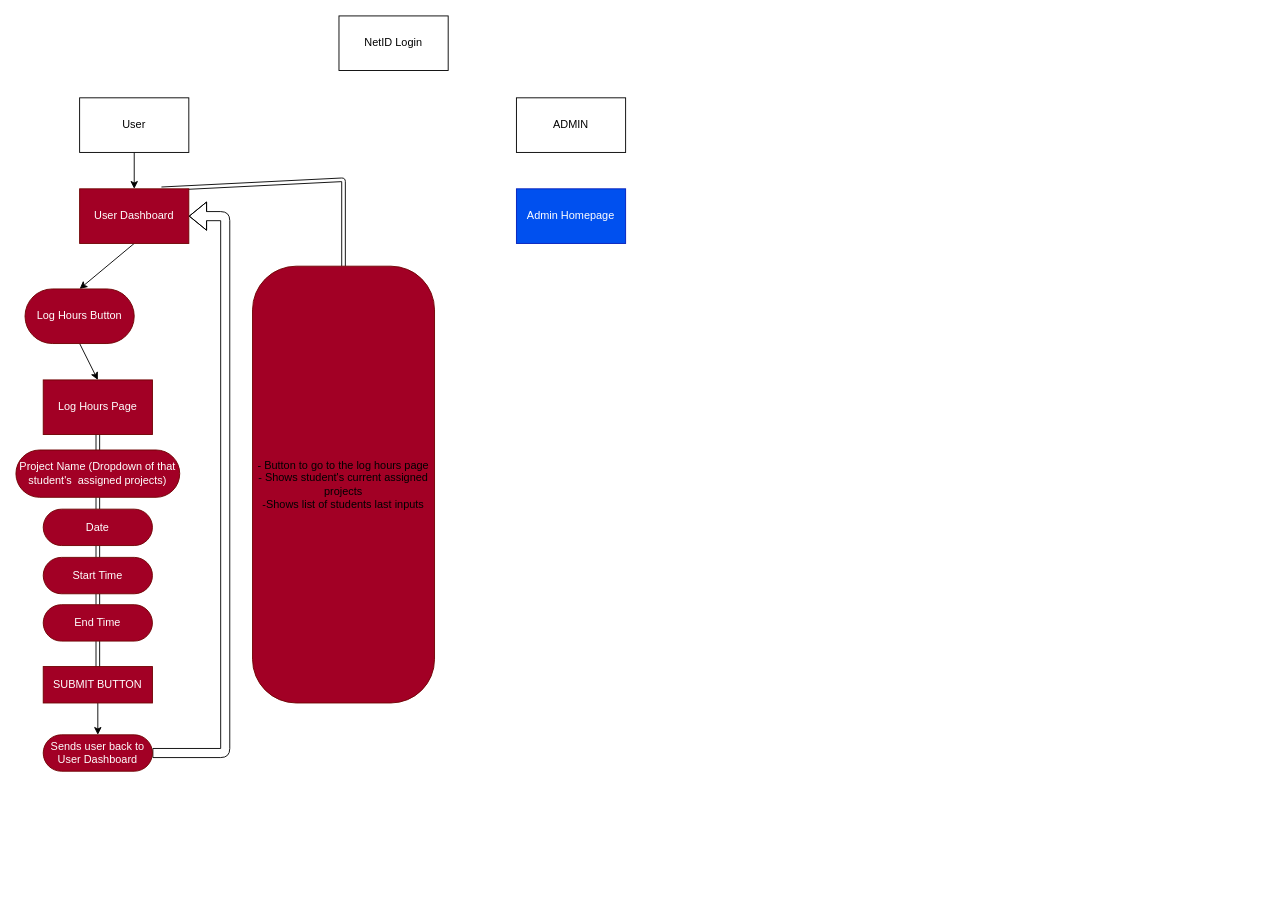
Before: user-paths.drawio in uconndxlab/i3-timetracker, a draw.io diagram. Source tidied: cells renumbered, new cells numbered last; positions are measured from the earlier drawing's top-left corner, leaving out a move shared by most shapes. Both pictures are drawn from the tidied source at 91%, with x=0, y=0 at pixel (15, 15).
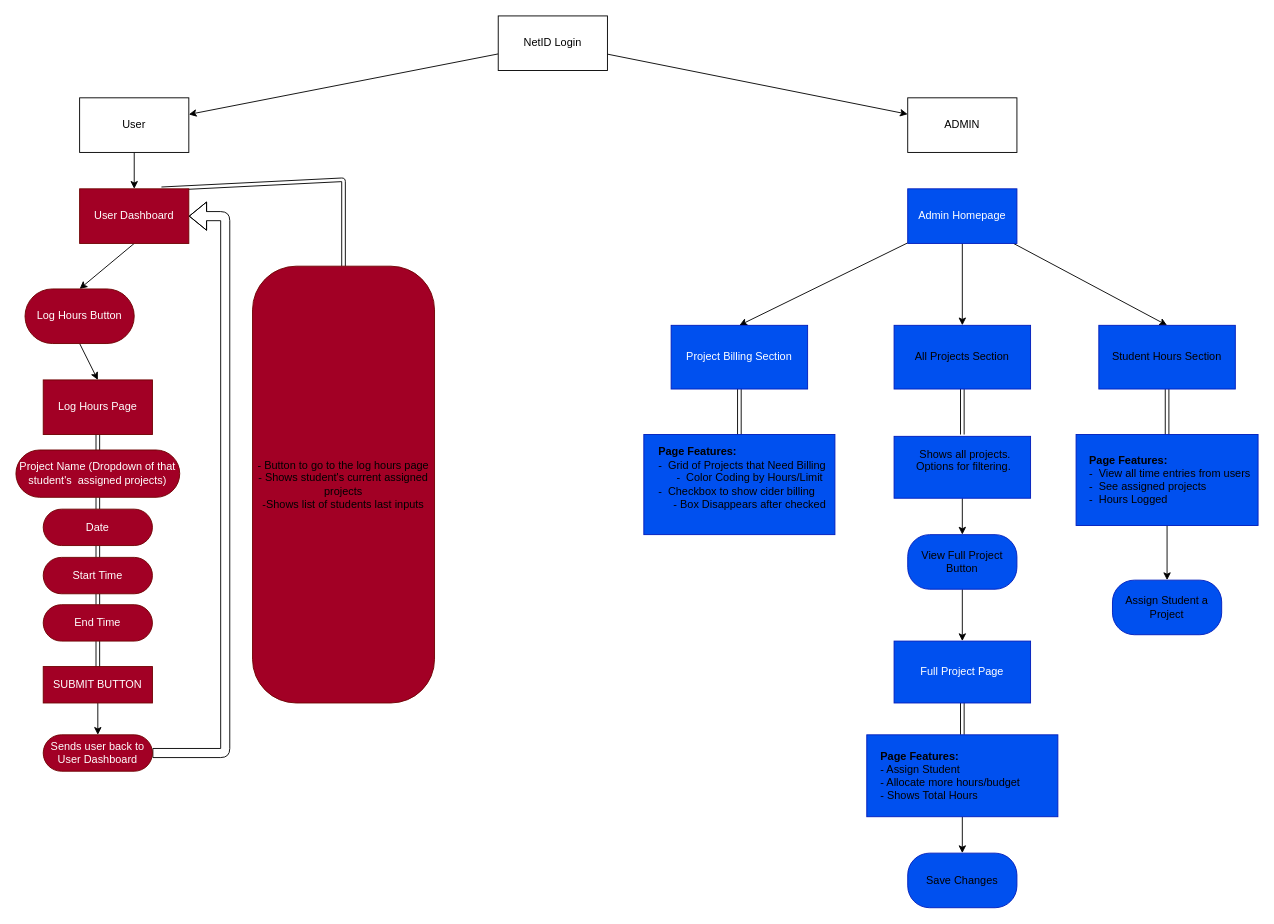
Above is the later version.

Commit message:
finished admin diagram

Unchanged cells that the change refers to:
```xml
<mxCell id="4" value="User" style="whiteSpace=wrap;html=1;" parent="1" vertex="1">
  <mxGeometry x="70" y="90" width="120" height="60" as="geometry" />
</mxCell>
```

The edit, as a diff of the source:
```diff
@@
+    <mxCell id="27" style="edgeStyle=none;html=1;" parent="1" edge="1" source="2" target="4">
+      <mxGeometry relative="1" as="geometry" />
+    </mxCell>
+    <mxCell id="28" style="edgeStyle=none;html=1;" parent="1" edge="1" source="2" target="5">
+      <mxGeometry relative="1" as="geometry" />
+    </mxCell>
     <mxCell id="2" value="NetID Login" style="whiteSpace=wrap;html=1;" parent="1" vertex="1">
-      <mxGeometry x="355" width="120" height="60" as="geometry" />
+      <mxGeometry x="530" width="120" height="60" as="geometry" />
     </mxCell>
@@
     <mxCell id="5" value="ADMIN" style="whiteSpace=wrap;html=1;" parent="1" vertex="1">
-      <mxGeometry x="550" y="90" width="120" height="60" as="geometry" />
+      <mxGeometry x="980" y="90" width="120" height="60" as="geometry" />
     </mxCell>
+    <mxCell id="29" style="edgeStyle=none;html=1;entryX=0.5;entryY=0;entryDx=0;entryDy=0;" parent="1" edge="1" source="6" target="33">
+      <mxGeometry relative="1" as="geometry" />
+    </mxCell>
+    <mxCell id="30" style="edgeStyle=none;html=1;entryX=0.5;entryY=0;entryDx=0;entryDy=0;" parent="1" edge="1" source="6" target="38">
+      <mxGeometry relative="1" as="geometry" />
+    </mxCell>
+    <mxCell id="31" style="edgeStyle=none;html=1;entryX=0.5;entryY=0;entryDx=0;entryDy=0;" parent="1" edge="1" source="6" target="40">
+      <mxGeometry relative="1" as="geometry" />
+    </mxCell>
     <mxCell id="6" value="Admin Homepage" style="whiteSpace=wrap;html=1;fillColor=#0050ef;fontColor=#ffffff;strokeColor=#001DBC;" parent="1" vertex="1">
-      <mxGeometry x="550" y="190" width="120" height="60" as="geometry" />
+      <mxGeometry x="980" y="190" width="120" height="60" as="geometry" />
     </mxCell>
@@
+    <mxCell id="32" style="edgeStyle=none;html=1;entryX=0.5;entryY=0;entryDx=0;entryDy=0;shape=link;" parent="1" edge="1" source="33" target="34">
+      <mxGeometry relative="1" as="geometry" />
+    </mxCell>
+    <mxCell id="33" value="Project Billing Section" style="rounded=1;whiteSpace=wrap;html=1;arcSize=0;fillColor=#0050ef;fontColor=#ffffff;strokeColor=#001DBC;" parent="1" vertex="1">
+      <mxGeometry x="720" y="340" width="150" height="70" as="geometry" />
+    </mxCell>
+    <mxCell id="34" value="&lt;div style=&quot;text-align: left;&quot;&gt;&lt;font style=&quot;&quot;&gt;&lt;span style=&quot;background-color: transparent;&quot;&gt;&lt;font style=&quot;&quot;&gt;&lt;font style=&quot;color: light-dark(rgb(0, 0, 0), rgb(0, 0, 0));&quot;&gt;&amp;nbsp; &lt;/font&gt;&lt;b style=&quot;&quot;&gt;&lt;font style=&quot;color: light-dark(rgb(0, 0, 0), rgb(0, 0, 0));&quot;&gt;Page Features:&lt;/font&gt;&lt;/b&gt;&lt;/font&gt;&lt;/span&gt;&lt;/font&gt;&lt;/div&gt;&lt;div style=&quot;text-align: left;&quot;&gt;&lt;span style=&quot;background-color: transparent;&quot;&gt;&lt;font style=&quot;color: light-dark(rgb(0, 0, 0), rgb(0, 0, 0));&quot;&gt;&amp;nbsp; -&amp;nbsp; Grid of Projects that Need Billing&lt;/font&gt;&lt;/span&gt;&lt;/div&gt;&lt;div style=&quot;text-align: left;&quot;&gt;&lt;font style=&quot;color: light-dark(rgb(0, 0, 0), rgb(0, 0, 0));&quot;&gt;&amp;nbsp; &lt;span style=&quot;white-space: pre;&quot;&gt;&#9;&lt;/span&gt;-&amp;nbsp; Color Coding by Hours/Limit&amp;nbsp;&lt;/font&gt;&lt;/div&gt;&lt;div style=&quot;text-align: left;&quot;&gt;&lt;font style=&quot;color: light-dark(rgb(0, 0, 0), rgb(0, 0, 0));&quot;&gt;&amp;nbsp; -&amp;nbsp; Checkbox to show cider billing&lt;/font&gt;&lt;/div&gt;&lt;div style=&quot;text-align: left;&quot;&gt;&lt;font style=&quot;color: light-dark(rgb(0, 0, 0), rgb(0, 0, 0));&quot;&gt;&amp;nbsp; &amp;nbsp; &amp;nbsp; &amp;nbsp;- Box Disappears after checked&lt;/font&gt;&lt;/div&gt;&lt;div style=&quot;text-align: left;&quot;&gt;&lt;font style=&quot;color: light-dark(rgb(0, 0, 0), rgb(0, 0, 0));&quot;&gt;&lt;br&gt;&lt;/font&gt;&lt;/div&gt;" style="rounded=0;whiteSpace=wrap;html=1;fillColor=#0050ef;fontColor=#ffffff;strokeColor=#001DBC;" parent="1" vertex="1">
+      <mxGeometry x="690" y="460" width="210" height="110" as="geometry" />
+    </mxCell>
+    <mxCell id="35" style="edgeStyle=none;html=1;entryX=0.5;entryY=0;entryDx=0;entryDy=0;" parent="1" edge="1" source="36" target="42">
+      <mxGeometry relative="1" as="geometry" />
+    </mxCell>
+    <mxCell id="36" value="&lt;font style=&quot;color: light-dark(rgb(0, 0, 0), rgb(0, 0, 0));&quot;&gt;&amp;nbsp; Shows all projects.&lt;/font&gt;&lt;div&gt;&lt;font style=&quot;color: light-dark(rgb(0, 0, 0), rgb(0, 0, 0));&quot;&gt;&amp;nbsp; Options for filtering.&amp;nbsp;&lt;/font&gt;&lt;/div&gt;&lt;div&gt;&lt;font style=&quot;color: light-dark(rgb(0, 0, 0), rgb(0, 0, 0));&quot;&gt;&amp;nbsp;&amp;nbsp;&lt;/font&gt;&lt;/div&gt;" style="rounded=1;whiteSpace=wrap;html=1;arcSize=0;fillColor=#0050ef;fontColor=#ffffff;strokeColor=#001DBC;align=center;" parent="1" vertex="1">
+      <mxGeometry x="965" y="462" width="150" height="68" as="geometry" />
+    </mxCell>
+    <mxCell id="37" style="edgeStyle=none;html=1;shape=link;" parent="1" edge="1" source="38">
+      <mxGeometry relative="1" as="geometry">
+        <mxPoint x="1040" y="460" as="targetPoint" />
+      </mxGeometry>
+    </mxCell>
+    <mxCell id="38" value="&lt;font style=&quot;color: light-dark(rgb(0, 0, 0), rgb(0, 0, 0));&quot;&gt;All Projects Section&lt;/font&gt;" style="rounded=1;whiteSpace=wrap;html=1;arcSize=0;fillColor=#0050ef;fontColor=#ffffff;strokeColor=#001DBC;" parent="1" vertex="1">
+      <mxGeometry x="965" y="340" width="150" height="70" as="geometry" />
+    </mxCell>
+    <mxCell id="39" style="edgeStyle=none;html=1;entryX=0.5;entryY=0;entryDx=0;entryDy=0;shape=link;" parent="1" edge="1" source="40" target="49">
+      <mxGeometry relative="1" as="geometry" />
+    </mxCell>
+    <mxCell id="40" value="&lt;font style=&quot;color: light-dark(rgb(0, 0, 0), rgb(0, 0, 0));&quot;&gt;Student Hours Section&lt;/font&gt;" style="rounded=1;whiteSpace=wrap;html=1;arcSize=0;fillColor=#0050ef;fontColor=#ffffff;strokeColor=#001DBC;" parent="1" vertex="1">
+      <mxGeometry x="1190" y="340" width="150" height="70" as="geometry" />
+    </mxCell>
+    <mxCell id="41" style="edgeStyle=none;html=1;entryX=0.5;entryY=0;entryDx=0;entryDy=0;" parent="1" edge="1" source="42" target="44">
+      <mxGeometry relative="1" as="geometry" />
+    </mxCell>
+    <mxCell id="42" value="&lt;font style=&quot;color: light-dark(rgb(0, 0, 0), rgb(0, 0, 0));&quot;&gt;View Full Project&lt;/font&gt;&lt;div&gt;&lt;font style=&quot;color: light-dark(rgb(0, 0, 0), rgb(0, 0, 0));&quot;&gt;Button&lt;/font&gt;&lt;/div&gt;" style="rounded=1;whiteSpace=wrap;html=1;arcSize=40;fillColor=#0050ef;fontColor=#ffffff;strokeColor=#001DBC;" parent="1" vertex="1">
+      <mxGeometry x="980" y="570" width="120" height="60" as="geometry" />
+    </mxCell>
+    <mxCell id="43" style="edgeStyle=none;html=1;shape=link;" parent="1" edge="1" source="44" target="46">
+      <mxGeometry relative="1" as="geometry" />
+    </mxCell>
+    <mxCell id="44" value="Full Project Page" style="rounded=1;whiteSpace=wrap;html=1;arcSize=0;fillColor=#0050ef;fontColor=#ffffff;strokeColor=#001DBC;align=center;" parent="1" vertex="1">
+      <mxGeometry x="965" y="687" width="150" height="68" as="geometry" />
+    </mxCell>
+    <mxCell id="45" style="edgeStyle=none;html=1;" parent="1" edge="1" source="46" target="47">
+      <mxGeometry relative="1" as="geometry" />
+    </mxCell>
+    <mxCell id="46" value="&lt;div style=&quot;&quot;&gt;&lt;font&gt;&lt;font style=&quot;&quot;&gt;&lt;font style=&quot;color: light-dark(rgb(0, 0, 0), rgb(0, 0, 0));&quot;&gt;&amp;nbsp; &amp;nbsp;&lt;/font&gt;&lt;font style=&quot;color: light-dark(rgb(0, 0, 0), rgb(0, 0, 0));&quot;&gt;&amp;nbsp;&lt;/font&gt;&lt;/font&gt;&lt;/font&gt;&lt;b style=&quot;background-color: transparent; scrollbar-color: light-dark(#e2e2e2, #4b4b4b)&lt;br/&gt;&#9;&#9;&#9;&#9;&#9;light-dark(#fbfbfb, var(--dark-panel-color));&quot;&gt;&lt;font style=&quot;color: light-dark(rgb(0, 0, 0), rgb(0, 0, 0));&quot;&gt;Page Features:&lt;/font&gt;&lt;/b&gt;&lt;/div&gt;&lt;div style=&quot;&quot;&gt;&lt;font style=&quot;color: light-dark(rgb(0, 0, 0), rgb(0, 0, 0));&quot;&gt;&amp;nbsp; &amp;nbsp; - Assign Student&lt;/font&gt;&lt;/div&gt;&lt;div style=&quot;&quot;&gt;&lt;font style=&quot;color: light-dark(rgb(0, 0, 0), rgb(0, 0, 0));&quot;&gt;&amp;nbsp; &amp;nbsp; - Allocate more hours/budget&lt;/font&gt;&lt;/div&gt;&lt;div style=&quot;&quot;&gt;&lt;font style=&quot;color: light-dark(rgb(0, 0, 0), rgb(0, 0, 0));&quot;&gt;&amp;nbsp; &amp;nbsp; - Shows Total Hours&lt;/font&gt;&lt;/div&gt;" style="rounded=0;whiteSpace=wrap;html=1;fillColor=#0050ef;fontColor=#ffffff;strokeColor=#001DBC;align=left;" parent="1" vertex="1">
+      <mxGeometry x="935" y="790" width="210" height="90" as="geometry" />
+    </mxCell>
+    <mxCell id="47" value="&lt;font style=&quot;color: light-dark(rgb(0, 0, 0), rgb(0, 0, 0));&quot;&gt;Save Changes&lt;/font&gt;" style="rounded=1;whiteSpace=wrap;html=1;arcSize=40;fillColor=#0050ef;fontColor=#ffffff;strokeColor=#001DBC;" parent="1" vertex="1">
+      <mxGeometry x="980" y="920" width="120" height="60" as="geometry" />
+    </mxCell>
+    <mxCell id="48" style="edgeStyle=none;html=1;entryX=0.5;entryY=0;entryDx=0;entryDy=0;" parent="1" edge="1" source="49" target="50">
+      <mxGeometry relative="1" as="geometry" />
+    </mxCell>
+    <mxCell id="49" value="&lt;div style=&quot;text-align: left;&quot;&gt;&lt;span style=&quot;background-color: transparent;&quot;&gt;&lt;b&gt;&lt;font style=&quot;color: light-dark(rgb(0, 0, 0), rgb(0, 0, 0));&quot;&gt;&amp;nbsp; Page Features:&lt;/font&gt;&lt;/b&gt;&lt;/span&gt;&lt;/div&gt;&lt;div style=&quot;text-align: left;&quot;&gt;&lt;span style=&quot;background-color: transparent;&quot;&gt;&lt;font style=&quot;color: light-dark(rgb(0, 0, 0), rgb(0, 0, 0));&quot;&gt;&amp;nbsp; -&amp;nbsp; View all time entries from users&lt;/font&gt;&lt;/span&gt;&lt;/div&gt;&lt;font style=&quot;&quot;&gt;&lt;span style=&quot;background-color: transparent;&quot;&gt;&lt;div style=&quot;text-align: left;&quot;&gt;&lt;span style=&quot;background-color: transparent;&quot;&gt;&lt;font style=&quot;color: light-dark(rgb(0, 0, 0), rgb(0, 0, 0));&quot;&gt;&amp;nbsp; -&amp;nbsp; See assigned projects&lt;/font&gt;&lt;/span&gt;&lt;/div&gt;&lt;/span&gt;&lt;span style=&quot;background-color: transparent;&quot;&gt;&lt;div style=&quot;text-align: left;&quot;&gt;&lt;span style=&quot;background-color: transparent;&quot;&gt;&lt;font style=&quot;color: light-dark(rgb(0, 0, 0), rgb(0, 0, 0));&quot;&gt;&amp;nbsp; -&amp;nbsp; Hours Logged&lt;/font&gt;&lt;/span&gt;&lt;/div&gt;&lt;/span&gt;&lt;/font&gt;" style="rounded=1;whiteSpace=wrap;html=1;arcSize=0;fillColor=#0050ef;fontColor=#ffffff;strokeColor=#001DBC;align=center;" parent="1" vertex="1">
+      <mxGeometry x="1165" y="460" width="200" height="100" as="geometry" />
+    </mxCell>
+    <mxCell id="50" value="&lt;font style=&quot;color: light-dark(rgb(0, 0, 0), rgb(0, 0, 0));&quot;&gt;Assign Student a Project&lt;/font&gt;" style="rounded=1;whiteSpace=wrap;html=1;arcSize=40;fillColor=#0050ef;fontColor=#ffffff;strokeColor=#001DBC;" parent="1" vertex="1">
+      <mxGeometry x="1205" y="620" width="120" height="60" as="geometry" />
+    </mxCell>
```
